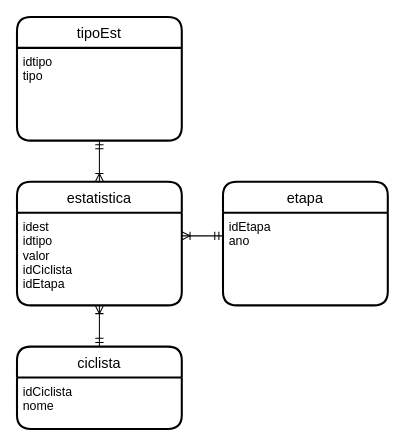
The draw.io diagram Modelos+Enunciado/DER.drawio in AlexandrePSantos/BD-Gestao_Equipa_de_Ciclistas, before the edit. Source tidied: cells renumbered, new cells numbered last; positions are measured from the earlier drawing's top-left corner, leaving out a move shared by most shapes. Both pictures are drawn from the tidied source at 103%, with x=0, y=0 at pixel (16, 16).
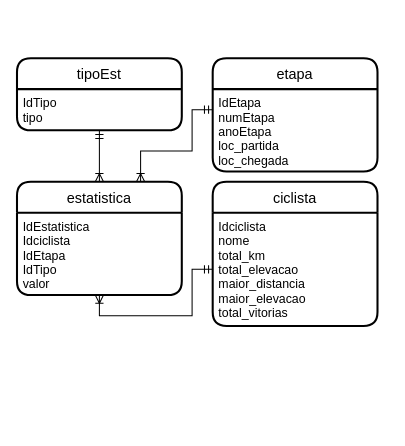
The same page after the edit.

What changed in the source:
```diff
@@
 <mxGraphModel>
   <root>
     <mxCell id="0" />
     <mxCell id="1" parent="0" />
     <mxCell id="2" value="estatistica" style="swimlane;horizontal=1;startSize=30;rounded=1;fontSize=14;fontStyle=0;strokeWidth=2;shadow=0;dashed=0;align=center;" parent="1" vertex="1">
-      <mxGeometry y="160" width="160" height="120" as="geometry" />
+      <mxGeometry y="160" width="160" height="110" as="geometry" />
     </mxCell>
-    <mxCell id="3" value="idest&#10;idtipo&#10;valor&#10;idCiclista&#10;idEtapa" style="align=left;strokeColor=none;fillColor=none;spacingLeft=4;fontSize=12;verticalAlign=top;" parent="2" vertex="1">
-      <mxGeometry y="30" width="160" height="90" as="geometry" />
+    <mxCell id="3" value="IdEstatistica&#10;Idciclista&#10;IdEtapa&#10;IdTipo&#10;valor" style="align=left;strokeColor=none;fillColor=none;spacingLeft=4;fontSize=12;verticalAlign=top;" parent="2" vertex="1">
+      <mxGeometry y="30" width="160" height="80" as="geometry" />
     </mxCell>
-    <mxCell id="4" style="edgeStyle=orthogonalEdgeStyle;rounded=0;jettySize=auto;html=1;exitX=0.5;exitY=0;exitDx=0;exitDy=0;startArrow=ERmandOne;startFill=0;endArrow=ERoneToMany;endFill=0;" parent="1" edge="1" source="5">
+    <mxCell id="4" style="edgeStyle=orthogonalEdgeStyle;rounded=0;jettySize=auto;html=1;exitX=0;exitY=0.5;exitDx=0;exitDy=0;startArrow=ERmandOne;startFill=0;endArrow=ERoneToMany;endFill=0;entryX=0.5;entryY=1;entryDx=0;entryDy=0;" parent="1" edge="1" source="6" target="3">
       <mxGeometry relative="1" as="geometry">
-        <mxPoint x="80" y="280" as="targetPoint" />
         <Array as="points">
-          <mxPoint x="80" y="290" />
+          <mxPoint x="170" y="245" />
+          <mxPoint x="170" y="290" />
           <mxPoint x="80" y="290" />
         </Array>
       </mxGeometry>
     </mxCell>
     <mxCell id="5" value="ciclista" style="swimlane;horizontal=1;startSize=30;rounded=1;fontSize=14;fontStyle=0;strokeWidth=2;shadow=0;dashed=0;align=center;" parent="1" vertex="1">
-      <mxGeometry y="320" width="160" height="80" as="geometry" />
+      <mxGeometry x="190" y="160" width="160" height="140" as="geometry" />
     </mxCell>
-    <mxCell id="6" value="idCiclista&#10;nome" style="align=left;strokeColor=none;fillColor=none;spacingLeft=4;fontSize=12;verticalAlign=top;" parent="5" vertex="1">
-      <mxGeometry y="30" width="160" height="50" as="geometry" />
+    <mxCell id="6" value="Idciclista&#10;nome&#10;total_km&#10;total_elevacao&#10;maior_distancia&#10;maior_elevacao&#10;total_vitorias" style="align=left;strokeColor=none;fillColor=none;spacingLeft=4;fontSize=12;verticalAlign=top;" parent="5" vertex="1">
+      <mxGeometry y="30" width="160" height="110" as="geometry" />
     </mxCell>
     <mxCell id="7" value="etapa" style="swimlane;horizontal=1;startSize=30;rounded=1;fontSize=14;fontStyle=0;strokeWidth=2;shadow=0;dashed=0;align=center;" parent="1" vertex="1">
-      <mxGeometry x="200" y="160" width="160" height="120" as="geometry" />
+      <mxGeometry x="190" y="40" width="160" height="110" as="geometry" />
     </mxCell>
-    <mxCell id="8" value="idEtapa&#10;ano" style="align=left;strokeColor=none;fillColor=none;spacingLeft=4;fontSize=12;verticalAlign=top;" parent="7" vertex="1">
-      <mxGeometry y="30" width="160" height="90" as="geometry" />
+    <mxCell id="8" value="IdEtapa&#10;numEtapa&#10;anoEtapa&#10;loc_partida&#10;loc_chegada" style="align=left;strokeColor=none;fillColor=none;spacingLeft=4;fontSize=12;verticalAlign=top;" parent="7" vertex="1">
+      <mxGeometry y="30" width="160" height="80" as="geometry" />
     </mxCell>
     <mxCell id="9" value="tipoEst" style="swimlane;horizontal=1;startSize=30;rounded=1;fontSize=14;fontStyle=0;strokeWidth=2;shadow=0;dashed=0;align=center;" parent="1" vertex="1">
-      <mxGeometry width="160" height="120" as="geometry" />
+      <mxGeometry y="40" width="160" height="70" as="geometry" />
     </mxCell>
-    <mxCell id="10" value="idtipo&#10;tipo" style="align=left;strokeColor=none;fillColor=none;spacingLeft=4;fontSize=12;verticalAlign=top;" parent="9" vertex="1">
-      <mxGeometry y="30" width="160" height="90" as="geometry" />
+    <mxCell id="10" value="IdTipo&#10;tipo" style="align=left;strokeColor=none;fillColor=none;spacingLeft=4;fontSize=12;verticalAlign=top;" parent="9" vertex="1">
+      <mxGeometry y="30" width="160" height="40" as="geometry" />
     </mxCell>
-    <mxCell id="11" style="edgeStyle=orthogonalEdgeStyle;rounded=0;jettySize=auto;html=1;exitX=0;exitY=0.25;exitDx=0;exitDy=0;entryX=1;entryY=0.25;entryDx=0;entryDy=0;startArrow=ERmandOne;startFill=0;endArrow=ERoneToMany;endFill=0;" parent="1" edge="1" source="8" target="3">
-      <mxGeometry relative="1" as="geometry" />
+    <mxCell id="11" style="edgeStyle=orthogonalEdgeStyle;rounded=0;jettySize=auto;html=1;exitX=0;exitY=0.25;exitDx=0;exitDy=0;startArrow=ERmandOne;startFill=0;endArrow=ERoneToMany;endFill=0;entryX=0.75;entryY=0;entryDx=0;entryDy=0;" parent="1" edge="1" source="8" target="2">
+      <mxGeometry relative="1" as="geometry">
+        <Array as="points">
+          <mxPoint x="170" y="90" />
+          <mxPoint x="170" y="130" />
+          <mxPoint x="120" y="130" />
+        </Array>
+      </mxGeometry>
     </mxCell>
     <mxCell id="12" style="edgeStyle=orthogonalEdgeStyle;rounded=0;jettySize=auto;html=1;exitX=0.5;exitY=1;exitDx=0;exitDy=0;entryX=0.5;entryY=0;entryDx=0;entryDy=0;startArrow=ERmandOne;startFill=0;endArrow=ERoneToMany;endFill=0;" parent="1" edge="1" source="10" target="2">
       <mxGeometry relative="1" as="geometry" />
     </mxCell>
   </root>
 </mxGraphModel>
```
